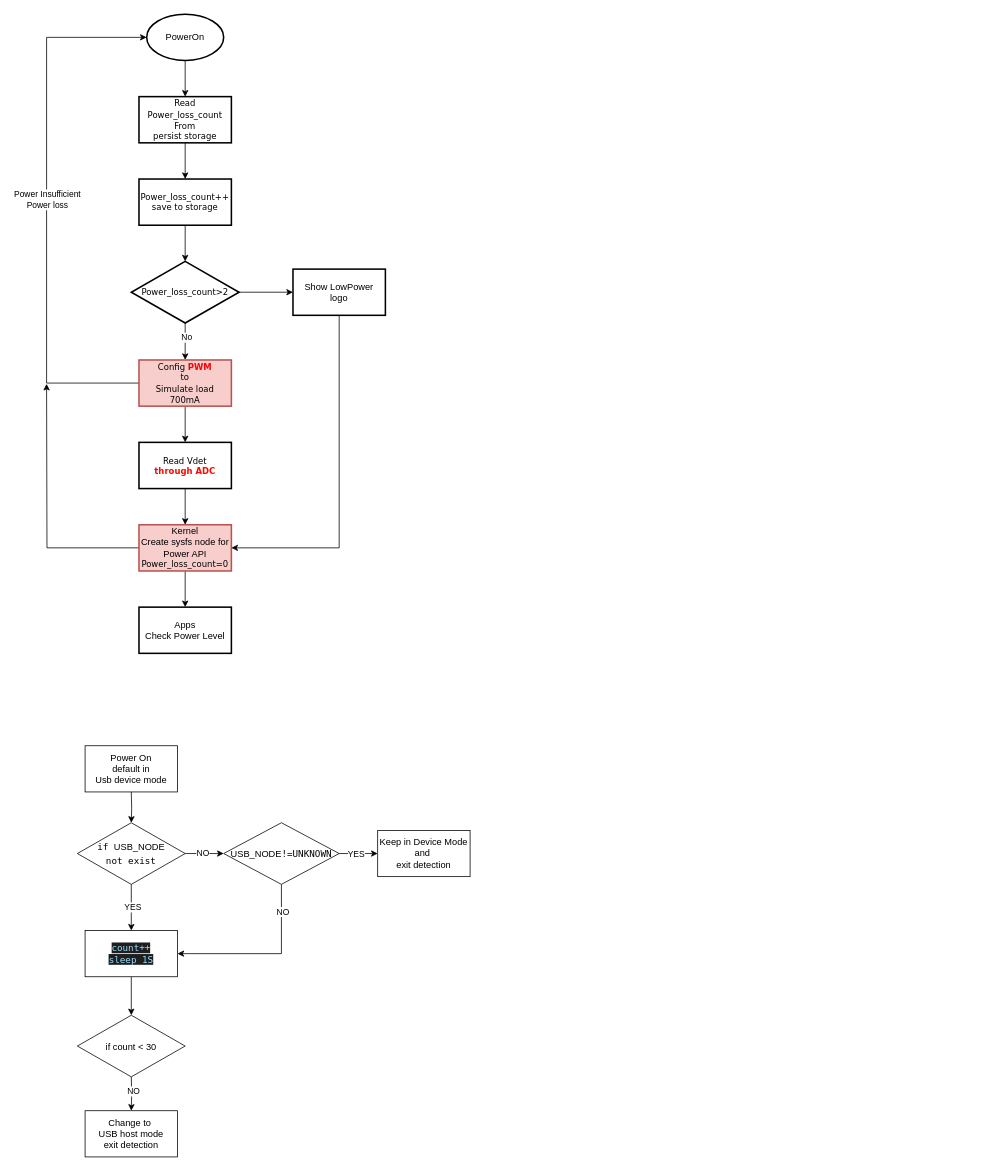
This is low_power_detect_loop_reboot.drawio from skyliangbogit/test, a draw.io file, before an edit. Source tidied: cells renumbered, new cells numbered last; positions are measured from the earlier drawing's top-left corner, leaving out a move shared by most shapes. Both pictures are drawn from the tidied source at 77%, with x=0, y=0 at pixel (46, 14).
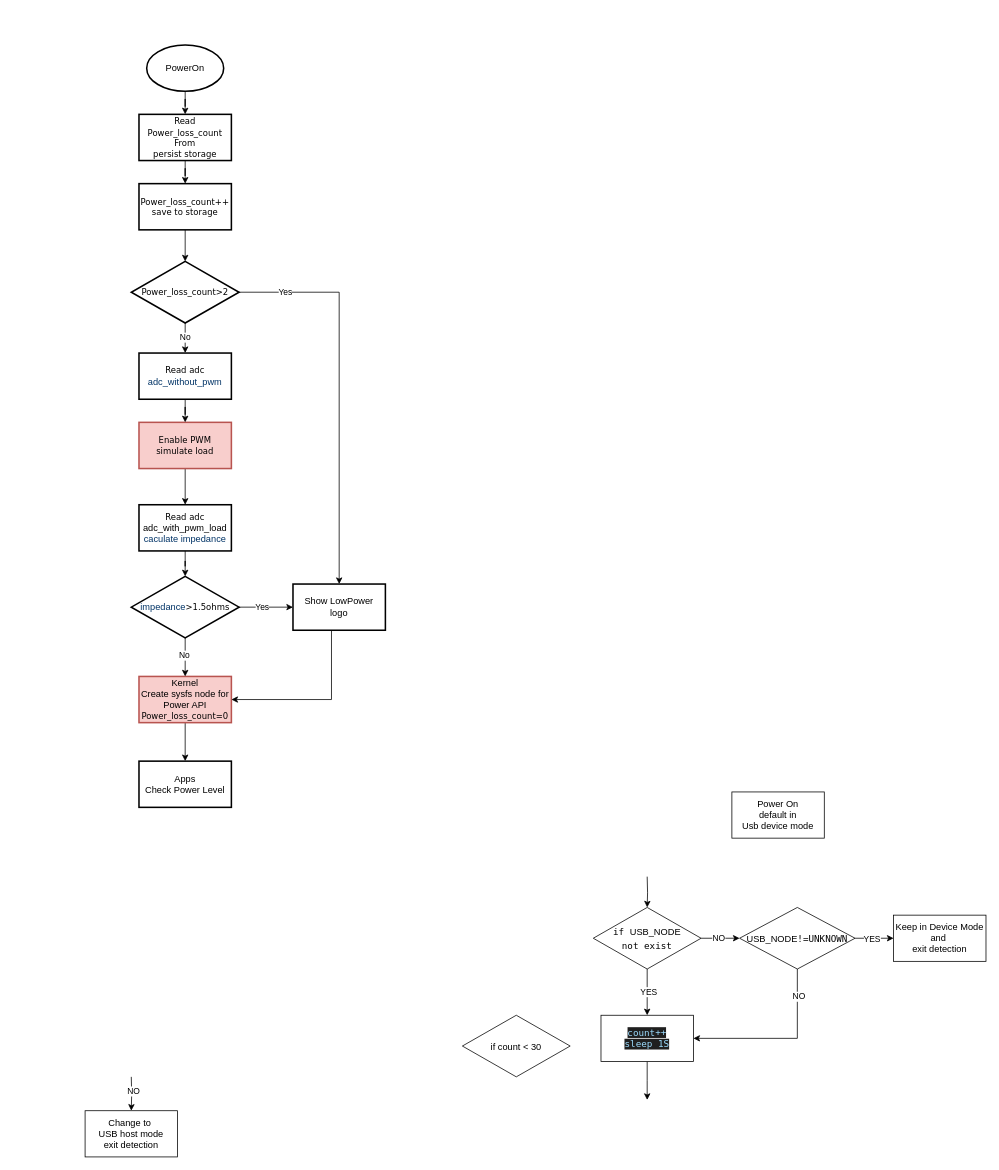
The same diagram, later.

Unchanged cells that the change refers to:
```xml
<mxCell id="10" style="edgeStyle=orthogonalEdgeStyle;rounded=0;jettySize=auto;html=1;" parent="1" edge="1" source="11" target="23">
  <mxGeometry relative="1" as="geometry" />
</mxCell>
<mxCell id="11" value="&lt;span style=&quot;font-family: Verdana; font-size: 11px;&quot;&gt;Power_loss_count&lt;/span&gt;&lt;span style=&quot;font-family: Verdana; font-size: 11px;&quot;&gt;&amp;gt;2&lt;/span&gt;" style="rhombus;whiteSpace=wrap;html=1;strokeWidth=2;" parent="1" vertex="1">
  <mxGeometry x="110" y="321" width="140" height="80" as="geometry" />
</mxCell>
```

Diff of the diagram source:
```diff
@@
     <mxCell id="3" value="PowerOn" style="strokeWidth=2;html=1;shape=mxgraph.flowchart.start_1;whiteSpace=wrap;" parent="1" vertex="1">
-      <mxGeometry x="130" width="100" height="60" as="geometry" />
+      <mxGeometry x="130" y="40" width="100" height="60" as="geometry" />
     </mxCell>
@@
     <mxCell id="5" value="&lt;span style=&quot;font-family: Verdana; font-size: 11px;&quot;&gt;Read Power_loss_count From&lt;/span&gt;&lt;div style=&quot;font-family: Verdana; font-size: 11px;&quot;&gt;persist storage&lt;/div&gt;" style="whiteSpace=wrap;html=1;strokeWidth=2;" parent="1" vertex="1">
-      <mxGeometry x="120" y="107" width="120" height="60" as="geometry" />
+      <mxGeometry x="120" y="130" width="120" height="60" as="geometry" />
     </mxCell>
@@
     <mxCell id="7" value="&lt;div style=&quot;&quot;&gt;&lt;span style=&quot;font-family: Verdana; font-size: 11px;&quot;&gt;Power_loss_count++&lt;/span&gt;&lt;/div&gt;&lt;div style=&quot;font-family: Verdana; font-size: 11px;&quot;&gt;save&lt;span style=&quot;background-color: initial;&quot;&gt;&amp;nbsp;to storage&lt;/span&gt;&lt;/div&gt;" style="whiteSpace=wrap;html=1;strokeWidth=2;" parent="1" vertex="1">
-      <mxGeometry x="120" y="214" width="120" height="60" as="geometry" />
+      <mxGeometry x="120" y="220" width="120" height="60" as="geometry" />
     </mxCell>
-    <mxCell id="8" style="edgeStyle=orthogonalEdgeStyle;rounded=0;jettySize=auto;html=1;" parent="1" edge="1" source="11" target="15">
-      <mxGeometry relative="1" as="geometry" />
-    </mxCell>
-    <mxCell id="9" value="No" style="edgeLabel;html=1;align=center;verticalAlign=middle;" parent="8" vertex="1">
-      <mxGeometry x="-0.27" y="1" relative="1" as="geometry" />
-    </mxCell>
@@
+    <mxCell id="43" value="Yes" style="edgeLabel;html=1;align=center;verticalAlign=middle;" parent="10" vertex="1">
+      <mxGeometry x="-0.77" y="1" relative="1" as="geometry" />
+    </mxCell>
+    <mxCell id="44" value="No" style="edgeStyle=orthogonalEdgeStyle;rounded=0;jettySize=auto;html=1;" parent="1" edge="1" source="11" target="47">
+      <mxGeometry relative="1" as="geometry" />
+    </mxCell>
@@
-    <mxCell id="12" style="edgeStyle=orthogonalEdgeStyle;rounded=0;jettySize=auto;html=1;entryX=0;entryY=0.5;entryDx=0;entryDy=0;entryPerimeter=0;" parent="1" edge="1" source="15" target="3">
-      <mxGeometry relative="1" as="geometry">
-        <Array as="points">
-          <mxPoint y="479" />
-          <mxPoint y="30" />
-        </Array>
-      </mxGeometry>
-    </mxCell>
-    <mxCell id="13" value="Power Insufficient&lt;br&gt;Power loss" style="edgeLabel;html=1;align=center;verticalAlign=middle;" parent="12" vertex="1">
-      <mxGeometry x="-0.82" y="-1" relative="1" as="geometry">
-        <mxPoint x="-57" y="-238" as="offset" />
-      </mxGeometry>
-    </mxCell>
@@
-    <mxCell id="15" value="&lt;span style=&quot;font-family: Verdana; font-size: 11px;&quot;&gt;Config&amp;nbsp;&lt;/span&gt;&lt;b style=&quot;font-family: Verdana; font-size: 11px;&quot;&gt;&lt;font color=&quot;#ff0000&quot;&gt;PWM&lt;/font&gt;&lt;/b&gt;&lt;br style=&quot;font-family: Verdana; font-size: 11px;&quot;&gt;&lt;span style=&quot;font-family: Verdana; font-size: 11px;&quot;&gt;to&lt;/span&gt;&lt;br style=&quot;font-family: Verdana; font-size: 11px;&quot;&gt;&lt;span style=&quot;font-family: Verdana; font-size: 11px;&quot;&gt;Simulate load 700mA&lt;/span&gt;" style="whiteSpace=wrap;html=1;strokeWidth=2;fillColor=#f8cecc;strokeColor=#b85450;" parent="1" vertex="1">
-      <mxGeometry x="120" y="449" width="120" height="60" as="geometry" />
+    <mxCell id="15" value="&lt;font face=&quot;Verdana&quot;&gt;&lt;span style=&quot;font-size: 11px;&quot;&gt;Enable PWM&lt;/span&gt;&lt;/font&gt;&lt;div&gt;&lt;font face=&quot;Verdana&quot;&gt;&lt;span style=&quot;font-size: 11px;&quot;&gt;simulate load&lt;/span&gt;&lt;/font&gt;&lt;/div&gt;" style="whiteSpace=wrap;html=1;strokeWidth=2;fillColor=#f8cecc;strokeColor=#b85450;" parent="1" vertex="1">
+      <mxGeometry x="120" y="530" width="120" height="60" as="geometry" />
     </mxCell>
-    <mxCell id="16" style="edgeStyle=orthogonalEdgeStyle;rounded=0;jettySize=auto;html=1;" parent="1" edge="1" source="17" target="20">
-      <mxGeometry relative="1" as="geometry" />
-    </mxCell>
+    <mxCell id="45" style="edgeStyle=orthogonalEdgeStyle;rounded=0;jettySize=auto;html=1;" parent="1" edge="1" source="17" target="51">
+      <mxGeometry relative="1" as="geometry" />
+    </mxCell>
-    <mxCell id="17" value="&lt;span style=&quot;font-family: Verdana; font-size: 11px;&quot;&gt;Read&lt;/span&gt;&lt;span style=&quot;font-family: Verdana; font-size: 11px;&quot;&gt;&amp;nbsp;Vdet&lt;/span&gt;&lt;div style=&quot;font-family: Verdana; font-size: 11px;&quot;&gt;&lt;b&gt;&lt;font color=&quot;#ff0800&quot;&gt;through ADC&lt;/font&gt;&lt;/b&gt;&lt;/div&gt;" style="whiteSpace=wrap;html=1;strokeWidth=2;" parent="1" vertex="1">
-      <mxGeometry x="120" y="556" width="120" height="60" as="geometry" />
+    <mxCell id="17" value="&lt;font face=&quot;Verdana&quot;&gt;&lt;span style=&quot;font-size: 11px;&quot;&gt;Read adc&lt;br&gt;&lt;/span&gt;&lt;/font&gt;adc_with_pwm_load&lt;font face=&quot;Verdana&quot;&gt;&lt;span style=&quot;font-size: 11px;&quot;&gt;&lt;br&gt;&lt;/span&gt;&lt;/font&gt;&lt;span style=&quot;color: #003366;&quot;&gt;caculate impedance&lt;/span&gt;&lt;font face=&quot;Verdana&quot;&gt;&lt;span style=&quot;font-size: 11px;&quot;&gt;&lt;/span&gt;&lt;/font&gt;" style="whiteSpace=wrap;html=1;strokeWidth=2;" parent="1" vertex="1">
+      <mxGeometry x="120" y="637" width="120" height="60" as="geometry" />
     </mxCell>
@@
-    <mxCell id="19" style="edgeStyle=orthogonalEdgeStyle;rounded=0;jettySize=auto;html=1;" parent="1" edge="1" source="20">
-      <mxGeometry relative="1" as="geometry">
-        <mxPoint y="480" as="targetPoint" />
-      </mxGeometry>
-    </mxCell>
     <mxCell id="20" value="Kernel&lt;br&gt;&lt;div&gt;Create sysfs node for&lt;br&gt;Power API&lt;br&gt;&lt;/div&gt;&lt;div&gt;&lt;span style=&quot;font-family: Verdana; font-size: 11px; background-color: transparent; color: light-dark(rgb(0, 0, 0), rgb(255, 255, 255));&quot;&gt;Power_loss_count&lt;/span&gt;&lt;span style=&quot;font-family: Verdana; font-size: 11px;&quot;&gt;=0&lt;/span&gt;&lt;/div&gt;" style="whiteSpace=wrap;html=1;strokeWidth=2;fillColor=#f8cecc;strokeColor=#b85450;" parent="1" vertex="1">
-      <mxGeometry x="120" y="663" width="120" height="60" as="geometry" />
+      <mxGeometry x="120" y="860" width="120" height="60" as="geometry" />
     </mxCell>
     <mxCell id="21" value="Apps&lt;br&gt;Check Power Level" style="whiteSpace=wrap;html=1;strokeWidth=2;" parent="1" vertex="1">
-      <mxGeometry x="120" y="770" width="120" height="60" as="geometry" />
+      <mxGeometry x="120" y="970" width="120" height="60" as="geometry" />
     </mxCell>
     <mxCell id="22" style="edgeStyle=orthogonalEdgeStyle;rounded=0;jettySize=auto;html=1;entryX=1;entryY=0.5;entryDx=0;entryDy=0;" parent="1" edge="1" source="23" target="20">
       <mxGeometry relative="1" as="geometry">
         <Array as="points">
-          <mxPoint x="380" y="693" />
+          <mxPoint x="370" y="890" />
         </Array>
       </mxGeometry>
     </mxCell>
     <mxCell id="23" value="Show LowPower&lt;br&gt;logo" style="whiteSpace=wrap;html=1;strokeWidth=2;" parent="1" vertex="1">
-      <mxGeometry x="320" y="331" width="120" height="60" as="geometry" />
+      <mxGeometry x="320" y="740" width="120" height="60" as="geometry" />
     </mxCell>
     <mxCell id="24" value="Power On&lt;br&gt;default in&lt;br&gt;Usb device mode" style="rounded=0;whiteSpace=wrap;html=1;" parent="1" vertex="1">
-      <mxGeometry x="50" y="950" width="120" height="60" as="geometry" />
+      <mxGeometry x="890" y="1010" width="120" height="60" as="geometry" />
     </mxCell>
     <mxCell id="25" style="edgeStyle=orthogonalEdgeStyle;rounded=0;jettySize=auto;html=1;" parent="1" edge="1" target="30">
       <mxGeometry relative="1" as="geometry">
-        <mxPoint x="110" y="1010" as="sourcePoint" />
+        <mxPoint x="780" y="1120" as="sourcePoint" />
       </mxGeometry>
     </mxCell>
@@
     <mxCell id="30" value="&lt;div style=&quot;line-height: 18px;&quot;&gt;&lt;font style=&quot;color: rgb(0, 0, 0);&quot; face=&quot;Menlo, Monaco, Courier New, monospace&quot;&gt;&lt;span style=&quot;white-space: pre;&quot;&gt;if &lt;/span&gt;&lt;/font&gt;&lt;span style=&quot;background-color: transparent; color: light-dark(rgb(0, 0, 0), rgb(255, 255, 255));&quot;&gt;USB_NODE&lt;/span&gt;&lt;/div&gt;&lt;div style=&quot;line-height: 18px;&quot;&gt;&lt;font style=&quot;color: rgb(0, 0, 0);&quot; face=&quot;Menlo, Monaco, Courier New, monospace&quot;&gt;&lt;span style=&quot;white-space: pre;&quot;&gt;not exist&lt;/span&gt;&lt;/font&gt;&lt;/div&gt;" style="rhombus;whiteSpace=wrap;html=1;rounded=0;" parent="1" vertex="1">
-      <mxGeometry x="40" y="1050" width="140" height="80" as="geometry" />
+      <mxGeometry x="710" y="1160" width="140" height="80" as="geometry" />
     </mxCell>
     <mxCell id="31" style="edgeStyle=orthogonalEdgeStyle;rounded=0;jettySize=auto;html=1;" parent="1" edge="1" source="32">
       <mxGeometry relative="1" as="geometry">
-        <mxPoint x="110" y="1300" as="targetPoint" />
+        <mxPoint x="780" y="1410" as="targetPoint" />
       </mxGeometry>
     </mxCell>
     <mxCell id="32" value="&lt;span style=&quot;color: rgb(156, 220, 254); font-family: Menlo, Monaco, &amp;quot;Courier New&amp;quot;, monospace; white-space: pre; background-color: rgb(31, 31, 31);&quot;&gt;count++&lt;/span&gt;&lt;div&gt;&lt;font face=&quot;Menlo, Monaco, Courier New, monospace&quot; color=&quot;#9cdcfe&quot;&gt;&lt;span style=&quot;white-space: pre; background-color: rgb(31, 31, 31);&quot;&gt;sleep 1S&lt;/span&gt;&lt;/font&gt;&lt;/div&gt;" style="whiteSpace=wrap;html=1;rounded=0;" parent="1" vertex="1">
-      <mxGeometry x="50" y="1190" width="120" height="60" as="geometry" />
+      <mxGeometry x="720" y="1300" width="120" height="60" as="geometry" />
     </mxCell>
@@
     <mxCell id="40" value="&lt;div style=&quot;line-height: 18px;&quot;&gt;&lt;span style=&quot;background-color: transparent; color: light-dark(rgb(0, 0, 0), rgb(255, 255, 255));&quot;&gt;USB_NODE&lt;/span&gt;&lt;span style=&quot;font-family: Menlo, Monaco, &amp;quot;Courier New&amp;quot;, monospace; white-space: pre;&quot;&gt;!=UNKNOWN&lt;/span&gt;&lt;/div&gt;" style="rhombus;whiteSpace=wrap;html=1;rounded=0;" parent="1" vertex="1">
-      <mxGeometry x="230" y="1050" width="150" height="80" as="geometry" />
+      <mxGeometry x="900" y="1160" width="150" height="80" as="geometry" />
     </mxCell>
     <mxCell id="41" value="Keep in Device Mode&lt;div&gt;and&amp;nbsp;&lt;/div&gt;&lt;div&gt;exit detection&lt;/div&gt;" style="whiteSpace=wrap;html=1;rounded=0;" parent="1" vertex="1">
-      <mxGeometry x="430" y="1060" width="120" height="60" as="geometry" />
+      <mxGeometry x="1100" y="1170" width="120" height="60" as="geometry" />
     </mxCell>
     <mxCell id="42" value="&lt;div style=&quot;line-height: 18px;&quot;&gt;if count &amp;lt; 30&lt;/div&gt;" style="rhombus;whiteSpace=wrap;html=1;rounded=0;" parent="1" vertex="1">
-      <mxGeometry x="40" y="1300" width="140" height="80" as="geometry" />
+      <mxGeometry x="540" y="1300" width="140" height="80" as="geometry" />
     </mxCell>
+    <mxCell id="46" style="edgeStyle=orthogonalEdgeStyle;rounded=0;jettySize=auto;html=1;" parent="1" edge="1" source="47" target="15">
+      <mxGeometry relative="1" as="geometry" />
+    </mxCell>
+    <mxCell id="47" value="&lt;font face=&quot;Verdana&quot;&gt;&lt;span style=&quot;font-size: 11px;&quot;&gt;Read adc&lt;br&gt;&lt;/span&gt;&lt;/font&gt;&lt;span style=&quot;color: #003366;&quot;&gt;adc_without_pwm&lt;/span&gt;&lt;font face=&quot;Verdana&quot;&gt;&lt;span style=&quot;font-size: 11px;&quot;&gt;&lt;/span&gt;&lt;/font&gt;" style="whiteSpace=wrap;html=1;strokeWidth=2;" parent="1" vertex="1">
+      <mxGeometry x="120" y="440" width="120" height="60" as="geometry" />
+    </mxCell>
+    <mxCell id="48" style="edgeStyle=orthogonalEdgeStyle;rounded=0;jettySize=auto;html=1;" parent="1" edge="1" source="51" target="23">
+      <mxGeometry relative="1" as="geometry" />
+    </mxCell>
+    <mxCell id="49" value="Yes" style="edgeLabel;html=1;align=center;verticalAlign=middle;" parent="48" vertex="1">
+      <mxGeometry x="-0.17" y="1" relative="1" as="geometry" />
+    </mxCell>
+    <mxCell id="50" style="edgeStyle=orthogonalEdgeStyle;rounded=0;jettySize=auto;html=1;" parent="1" edge="1" source="51" target="20">
+      <mxGeometry relative="1" as="geometry" />
+    </mxCell>
+    <mxCell id="9" value="No" style="edgeLabel;html=1;align=center;verticalAlign=middle;" parent="50" vertex="1">
+      <mxGeometry x="-0.13" y="-2" relative="1" as="geometry" />
+    </mxCell>
+    <mxCell id="51" value="&lt;span style=&quot;color: rgb(0, 51, 102);&quot;&gt;impedance&lt;/span&gt;&lt;span style=&quot;font-family: Verdana; font-size: 11px;&quot;&gt;&amp;gt;1.5ohms&lt;/span&gt;" style="rhombus;whiteSpace=wrap;html=1;strokeWidth=2;" parent="1" vertex="1">
+      <mxGeometry x="110" y="730" width="140" height="80" as="geometry" />
+    </mxCell>
```
